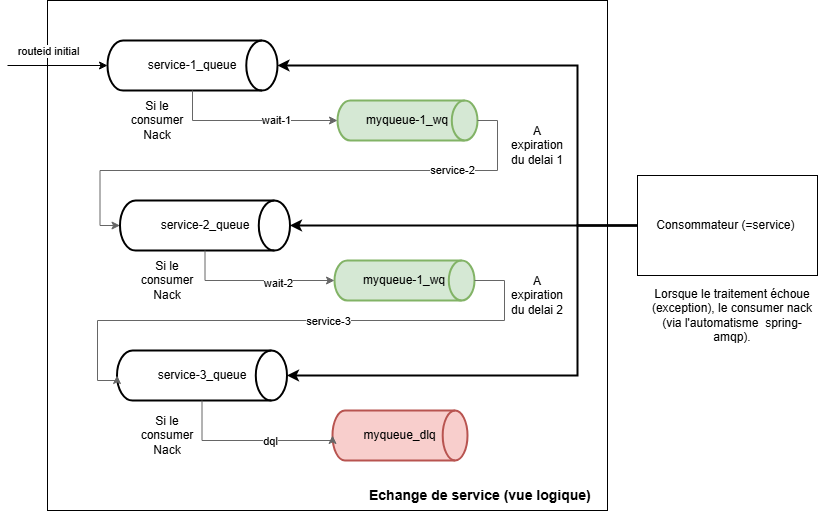
Earlier version of the draw.io export drawio/pattern_rabbit_retry.png (sarraz1/csau). Source tidied: cells renumbered, new cells last; positions are measured from the earlier drawing's top-left corner, leaving out a move shared by most shapes.
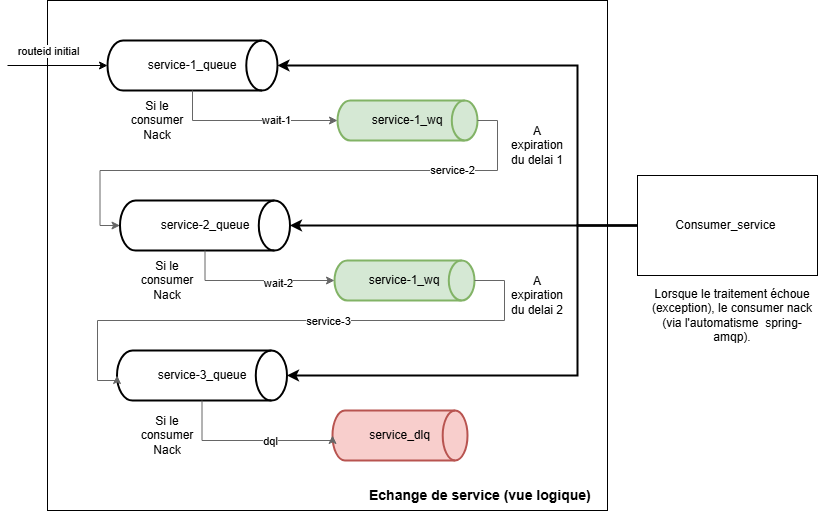
Later version of the same file.

Commit message:
Mettre à jour pattern_rabbit_retry.png

Diff of the diagram source:
```diff
@@ -13,7 +13,7 @@
         </Array>
       </mxGeometry>
     </mxCell>
-    <mxCell id="4" value="Consommateur (=service)&amp;nbsp;" style="rounded=0;whiteSpace=wrap;html=1;" parent="1" vertex="1">
+    <mxCell id="4" value="Consumer_service&amp;nbsp;" style="rounded=0;whiteSpace=wrap;html=1;" parent="1" vertex="1">
       <mxGeometry x="630" y="175" width="180" height="100" as="geometry" />
     </mxCell>
     <mxCell id="5" value="service-1_que&lt;span style=&quot;background-color: transparent; color: light-dark(rgb(0, 0, 0), rgb(255, 255, 255));&quot;&gt;ue&lt;/span&gt;" style="strokeWidth=2;html=1;shape=mxgraph.flowchart.direct_data;whiteSpace=wrap;" parent="1" vertex="1">
@@ -25,13 +25,13 @@
     <mxCell id="7" value="service-3_que&lt;span style=&quot;background-color: transparent; color: light-dark(rgb(0, 0, 0), rgb(255, 255, 255));&quot;&gt;ue&lt;/span&gt;" style="strokeWidth=2;html=1;shape=mxgraph.flowchart.direct_data;whiteSpace=wrap;" parent="1" vertex="1">
       <mxGeometry x="109.5" y="350" width="170" height="50" as="geometry" />
     </mxCell>
-    <mxCell id="8" value="myqueue-1_wq" style="strokeWidth=2;html=1;shape=mxgraph.flowchart.direct_data;whiteSpace=wrap;fillColor=#d5e8d4;strokeColor=#82b366;" parent="1" vertex="1">
+    <mxCell id="8" value="service-1_wq" style="strokeWidth=2;html=1;shape=mxgraph.flowchart.direct_data;whiteSpace=wrap;fillColor=#d5e8d4;strokeColor=#82b366;" parent="1" vertex="1">
       <mxGeometry x="330" y="100" width="140" height="40" as="geometry" />
     </mxCell>
-    <mxCell id="9" value="myqueue-1_wq" style="strokeWidth=2;html=1;shape=mxgraph.flowchart.direct_data;whiteSpace=wrap;fillColor=#d5e8d4;strokeColor=#82b366;" parent="1" vertex="1">
+    <mxCell id="9" value="service-1_wq" style="strokeWidth=2;html=1;shape=mxgraph.flowchart.direct_data;whiteSpace=wrap;fillColor=#d5e8d4;strokeColor=#82b366;" parent="1" vertex="1">
       <mxGeometry x="327" y="260" width="140" height="40" as="geometry" />
     </mxCell>
-    <mxCell id="10" value="myqueue_dlq" style="strokeWidth=2;html=1;shape=mxgraph.flowchart.direct_data;whiteSpace=wrap;fillColor=#f8cecc;strokeColor=#b85450;" parent="1" vertex="1">
+    <mxCell id="10" value="service_dlq" style="strokeWidth=2;html=1;shape=mxgraph.flowchart.direct_data;whiteSpace=wrap;fillColor=#f8cecc;strokeColor=#b85450;" parent="1" vertex="1">
       <mxGeometry x="325" y="410" width="135" height="50" as="geometry" />
     </mxCell>
     <mxCell id="11" style="edgeStyle=orthogonalEdgeStyle;rounded=0;jettySize=auto;html=1;entryX=0;entryY=0.5;entryDx=0;entryDy=0;entryPerimeter=0;exitX=0.5;exitY=1;exitDx=0;exitDy=0;exitPerimeter=0;fillColor=#f5f5f5;strokeColor=#666666;" parent="1" edge="1" source="5" target="8">
```
